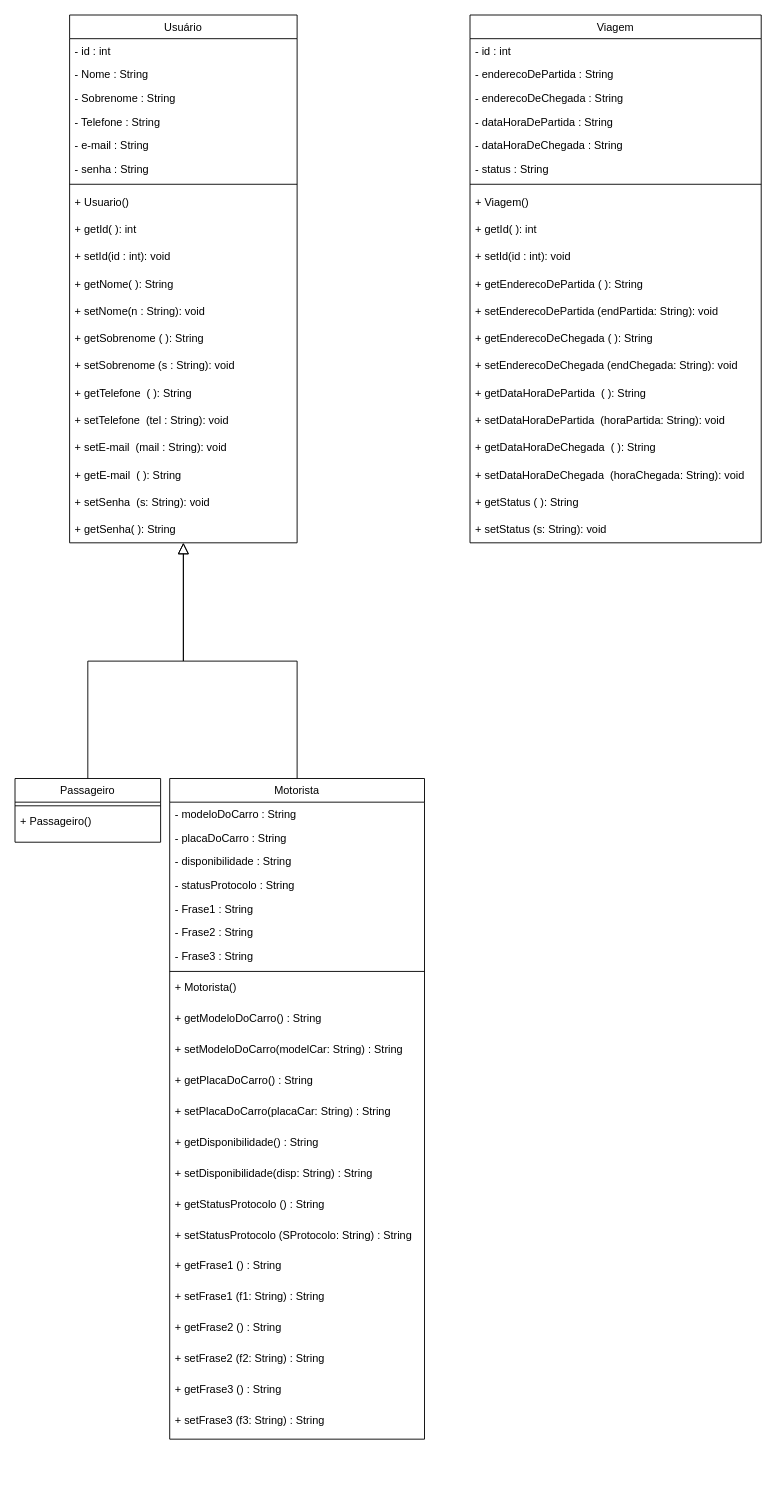
This is documentos/Entrega 1/Programação Orientada a Objetivos e Estrutura de Dados/Diagrama de Classe.drawio from 2025-1-NCC3/Projeto1, a draw.io file, before an edit. Source tidied: cells renumbered, new cells numbered last; positions are measured from the earlier drawing's top-left corner, leaving out a move shared by most shapes. Both pictures are drawn from the tidied source at 91%, with x=0, y=0 at pixel (15, 15).
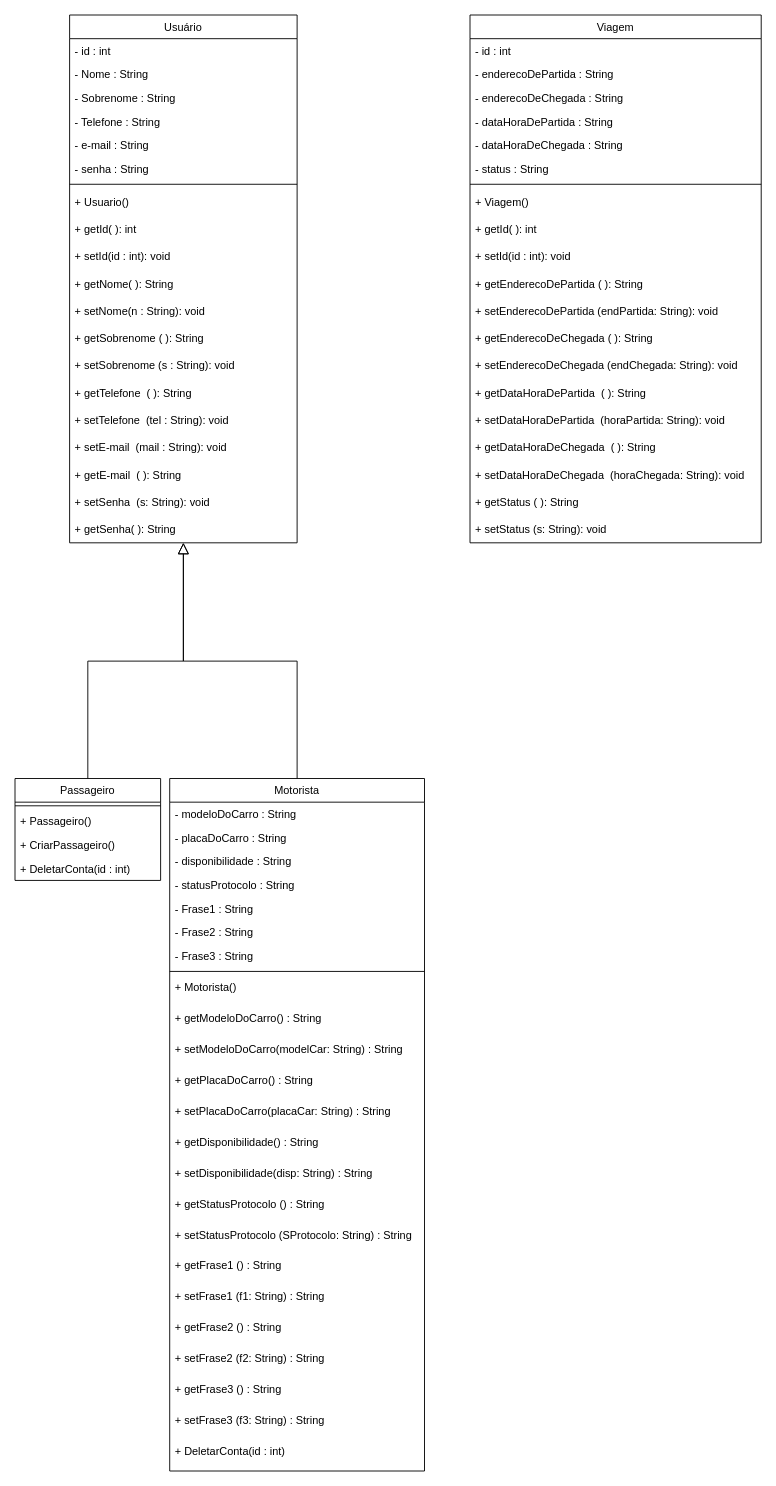
After the change.

The edit, as a diff of the source:
```diff
@@
     <mxCell id="23" value="Passageiro" style="swimlane;fontStyle=0;align=center;verticalAlign=top;horizontal=1;startSize=26;rounded=0;shadow=0;strokeWidth=1;" parent="1" vertex="1">
-      <mxGeometry y="839" width="160" height="70" as="geometry" />
+      <mxGeometry y="839" width="160" height="112" as="geometry" />
     </mxCell>
@@
+    <mxCell id="73" value="+ CriarPassageiro() " style="text;align=left;verticalAlign=top;spacingLeft=4;spacingRight=4;overflow=hidden;fontStyle=0;" parent="23" vertex="1">
+      <mxGeometry y="60" width="160" height="26" as="geometry" />
+    </mxCell>
+    <mxCell id="74" value="+ DeletarConta(id : int) " style="text;align=left;verticalAlign=top;spacingLeft=4;spacingRight=4;overflow=hidden;fontStyle=0;" parent="23" vertex="1">
+      <mxGeometry y="86" width="160" height="26" as="geometry" />
+    </mxCell>
@@
     <mxCell id="27" value="Motorista" style="swimlane;fontStyle=0;align=center;verticalAlign=top;horizontal=1;startSize=26;rounded=0;shadow=0;strokeWidth=1;" parent="1" vertex="1">
-      <mxGeometry x="170" y="839" width="280" height="726" as="geometry" />
+      <mxGeometry x="170" y="839" width="280" height="761" as="geometry" />
     </mxCell>
@@
+    <mxCell id="75" value="+ DeletarConta(id : int) " style="text;align=left;verticalAlign=top;spacingLeft=4;spacingRight=4;overflow=hidden;" parent="27" vertex="1">
+      <mxGeometry y="726" width="280" height="34" as="geometry" />
+    </mxCell>
```
